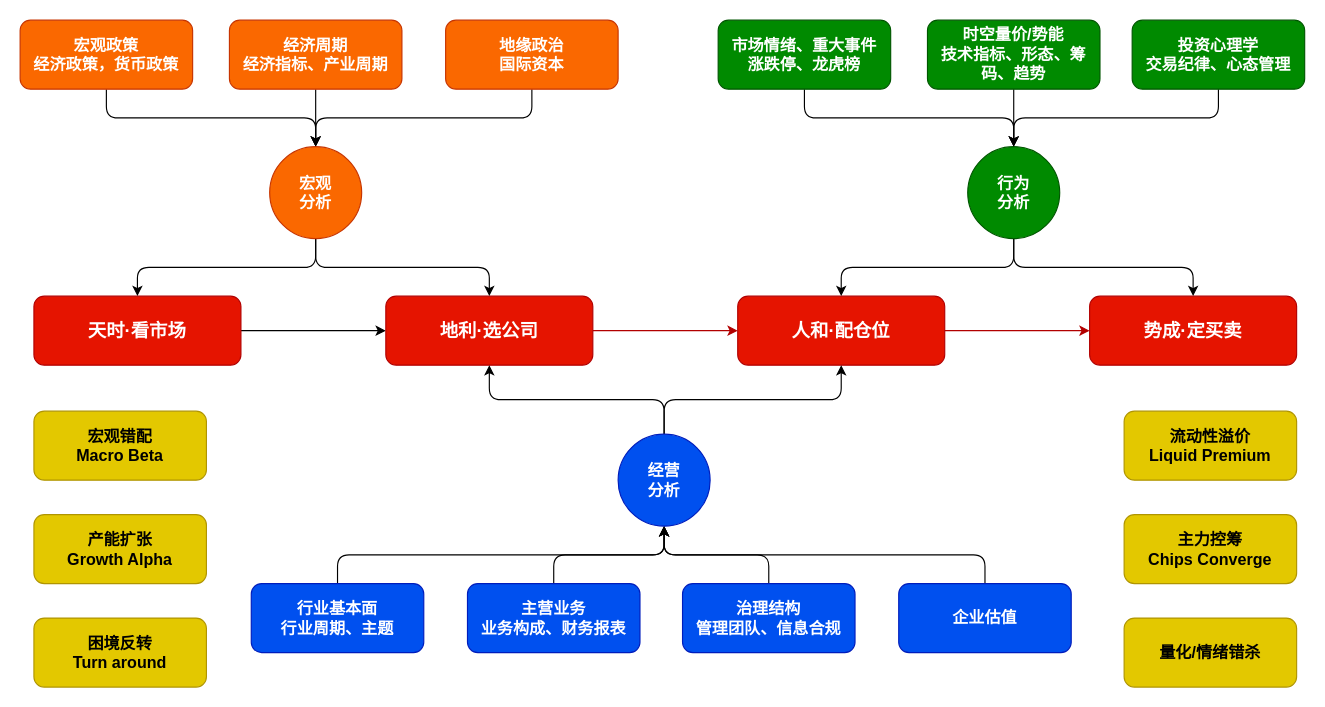
The draw.io diagram 月熊交易系统/2025~四象推演交易系统/2025.0524~四象推演交易系统.drawio in wx-chevalier/Cheval-Trading-System, before the edit. Source tidied: cells renumbered, new cells numbered last; positions are measured from the earlier drawing's top-left corner, leaving out a move shared by most shapes. Both pictures are drawn from the tidied source at 115%, with x=0, y=0 at pixel (20, 20).
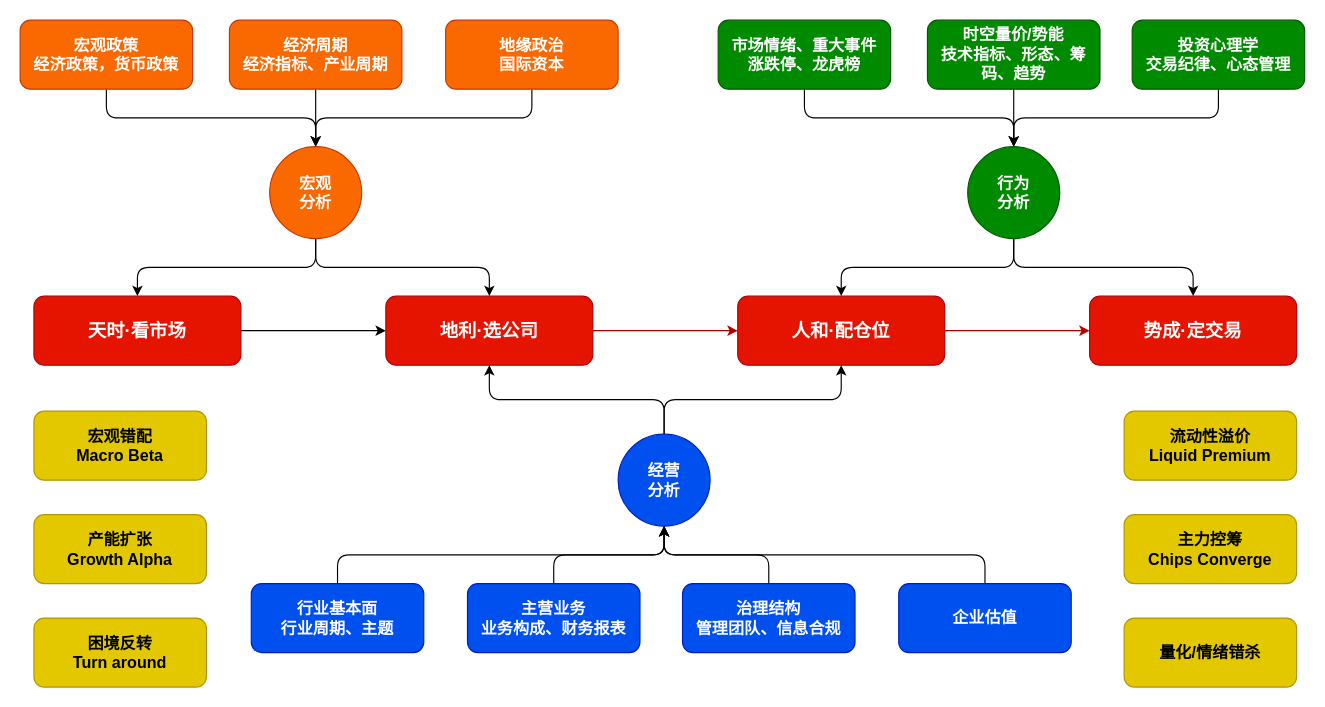
After the change.

Change to the diagram source:
```diff
@@
-    <mxCell id="8" value="势成·定买卖" style="rounded=1;whiteSpace=wrap;html=1;fillColor=#e51400;strokeColor=#B20000;fontColor=#ffffff;fontSize=16;fontStyle=1;align=center;verticalAlign=middle;fontFamily=Helvetica;" parent="1" vertex="1">
+    <mxCell id="8" value="势成·定交易" style="rounded=1;whiteSpace=wrap;html=1;fillColor=#e51400;strokeColor=#B20000;fontColor=#ffffff;fontSize=16;fontStyle=1;align=center;verticalAlign=middle;fontFamily=Helvetica;" parent="1" vertex="1">
       <mxGeometry x="930" y="240" width="180" height="60" as="geometry" />
     </mxCell>
```
